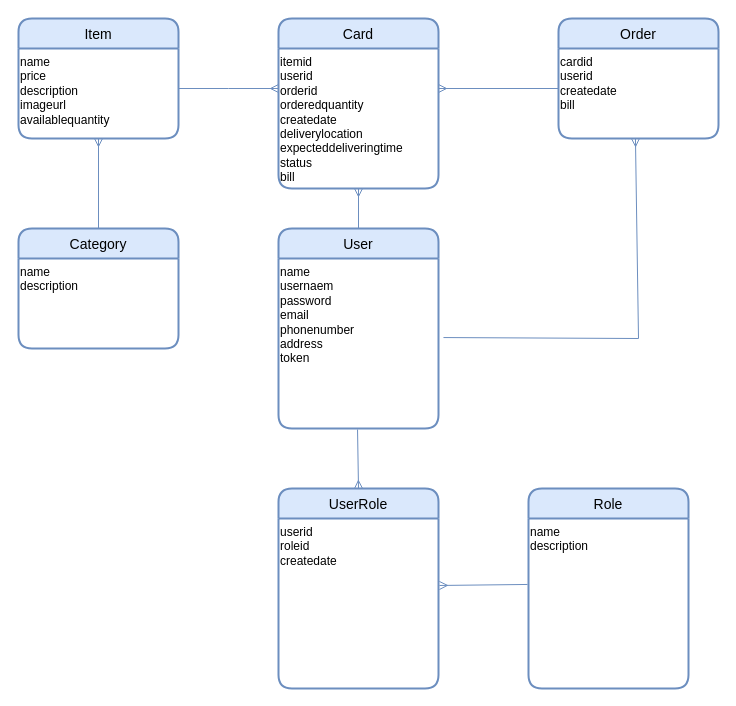
Above: Majsin DB.drawio in mohammed-alyaseen/Restaurant-Web-Application (draw.io), before the change. Source tidied: cells renumbered, new cells numbered last; positions are measured from the earlier drawing's top-left corner, leaving out a move shared by most shapes. Both pictures are drawn from the tidied source at 100%, with x=0, y=0 at pixel (18, 18).
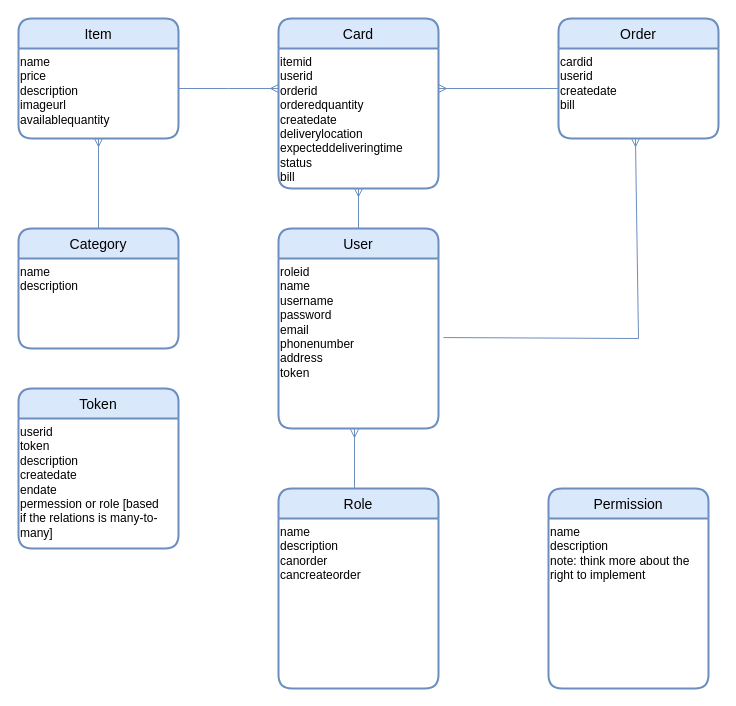
After the change.

The change refers to these unchanged cells:
```xml
<mxCell id="6" value="User" style="swimlane;horizontal=1;startSize=30;rounded=1;fontSize=14;fontStyle=0;strokeWidth=2;shadow=0;dashed=0;align=center;fillColor=#dae8fc;strokeColor=#6c8ebf;" parent="1" vertex="1">
  <mxGeometry x="260" y="210" width="160" height="200" as="geometry" />
</mxCell>
```

What changed in the source:
```diff
@@
-    <mxCell id="7" value="name&lt;br&gt;usernaem&lt;br&gt;password&lt;br&gt;email&lt;br&gt;phonenumber&lt;br&gt;address&lt;br&gt;token" style="text;html=1;align=left;verticalAlign=top;points=[];strokeColor=none;fillColor=none;" parent="6" vertex="1">
+    <mxCell id="7" value="roleid&lt;br&gt;name&lt;br&gt;username&lt;br&gt;password&lt;br&gt;email&lt;br&gt;phonenumber&lt;br&gt;address&lt;br&gt;token" style="text;html=1;align=left;verticalAlign=top;points=[];strokeColor=none;fillColor=none;" parent="6" vertex="1">
       <mxGeometry y="30" width="160" height="170" as="geometry" />
     </mxCell>
@@
-    <mxCell id="10" value="UserRole" style="swimlane;horizontal=1;startSize=30;rounded=1;fontSize=14;fontStyle=0;strokeWidth=2;shadow=0;dashed=0;align=center;fillColor=#dae8fc;strokeColor=#6c8ebf;" parent="1" vertex="1">
-      <mxGeometry x="260" y="470" width="160" height="200" as="geometry" />
-    </mxCell>
-    <mxCell id="11" value="userid&lt;br&gt;roleid&lt;br&gt;createdate" style="text;html=1;align=left;verticalAlign=top;points=[];strokeColor=none;fillColor=none;" parent="10" vertex="1">
-      <mxGeometry y="30" width="160" height="170" as="geometry" />
-    </mxCell>
@@
     <mxCell id="18" value="Role" style="swimlane;horizontal=1;startSize=30;rounded=1;fontSize=14;fontStyle=0;strokeWidth=2;shadow=0;dashed=0;align=center;fillColor=#dae8fc;strokeColor=#6c8ebf;" parent="1" vertex="1">
-      <mxGeometry x="510" y="470" width="160" height="200" as="geometry" />
+      <mxGeometry x="260" y="470" width="160" height="200" as="geometry" />
     </mxCell>
-    <mxCell id="19" value="name&lt;br&gt;description" style="text;html=1;align=left;verticalAlign=top;points=[];strokeColor=none;fillColor=none;" parent="18" vertex="1">
+    <mxCell id="19" value="name&lt;br&gt;description&lt;br&gt;canorder&lt;br&gt;cancreateorder" style="text;html=1;align=left;verticalAlign=top;points=[];strokeColor=none;fillColor=none;" parent="18" vertex="1">
       <mxGeometry y="30" width="160" height="170" as="geometry" />
     </mxCell>
-    <mxCell id="20" style="fontSize=12;html=1;endArrow=ERmany;rounded=0;entryX=0.5;entryY=0;entryDx=0;entryDy=0;fillColor=#dae8fc;strokeColor=#6c8ebf;exitX=0.494;exitY=1.006;exitDx=0;exitDy=0;exitPerimeter=0;" parent="1" edge="1" source="7" target="10">
+    <mxCell id="20" style="fontSize=12;html=1;endArrow=ERmany;rounded=0;entryX=0.475;entryY=1.005;entryDx=0;entryDy=0;fillColor=#dae8fc;strokeColor=#6c8ebf;entryPerimeter=0;exitX=0.475;exitY=0;exitDx=0;exitDy=0;exitPerimeter=0;" parent="1" edge="1" source="18" target="7">
       <mxGeometry relative="1" as="geometry" />
     </mxCell>
-    <mxCell id="21" style="fontSize=12;html=1;endArrow=ERmany;rounded=0;fillColor=#dae8fc;strokeColor=#6c8ebf;exitX=-0.006;exitY=0.388;exitDx=0;exitDy=0;exitPerimeter=0;entryX=1.006;entryY=0.394;entryDx=0;entryDy=0;entryPerimeter=0;" parent="1" edge="1" source="19" target="11">
-      <mxGeometry relative="1" as="geometry" />
-    </mxCell>
@@
+    <mxCell id="23" value="Permission" style="swimlane;horizontal=1;startSize=30;rounded=1;fontSize=14;fontStyle=0;strokeWidth=2;shadow=0;dashed=0;align=center;fillColor=#dae8fc;strokeColor=#6c8ebf;" parent="1" vertex="1">
+      <mxGeometry x="530" y="470" width="160" height="200" as="geometry" />
+    </mxCell>
+    <mxCell id="24" value="name&lt;br&gt;description&lt;br&gt;note: think more about the &lt;br&gt;right to implement" style="text;html=1;align=left;verticalAlign=top;strokeColor=none;fillColor=none;" parent="23" vertex="1">
+      <mxGeometry y="30" width="160" height="170" as="geometry" />
+    </mxCell>
+    <mxCell id="25" value="Token" style="swimlane;horizontal=1;startSize=30;rounded=1;fontSize=14;fontStyle=0;strokeWidth=2;shadow=0;dashed=0;align=center;fillColor=#dae8fc;strokeColor=#6c8ebf;" parent="1" vertex="1">
+      <mxGeometry y="370" width="160" height="160" as="geometry" />
+    </mxCell>
+    <mxCell id="26" value="userid&lt;br&gt;token&lt;br&gt;description&lt;br&gt;createdate&lt;br&gt;endate&lt;br&gt;permession or role [based &lt;br&gt;if the relations is many-to-&lt;br&gt;many]" style="text;html=1;align=left;verticalAlign=top;strokeColor=none;fillColor=none;" parent="25" vertex="1">
+      <mxGeometry y="30" width="160" height="130" as="geometry" />
+    </mxCell>
```
